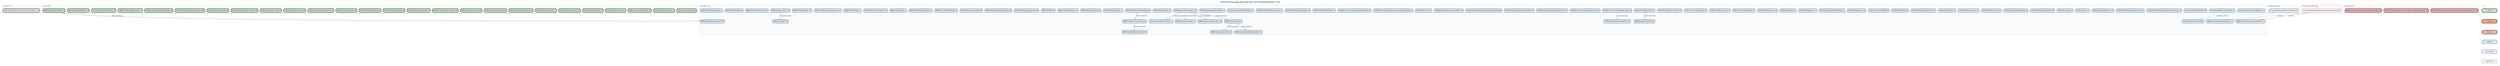
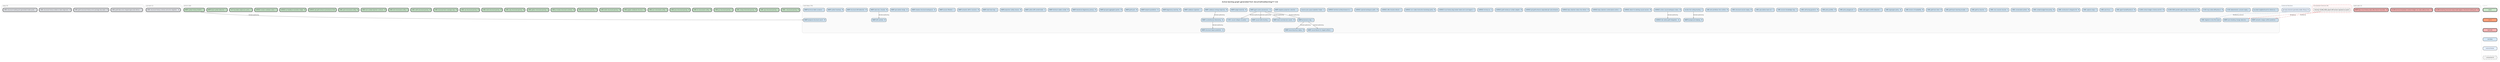
digraph backlog {
  rankdir=TB
  fontname="Helvetica"
  label="Active backlog graph generated from docs/method/backlog/*/*.md"
  labelloc=t
  fontsize=12
  node [shape=box style="rounded,filled" fontname="Helvetica" fontsize=8 margin="0.1,0.05" height=0.35]
  edge [color="#666666" arrowsize=0.5 fontname="Helvetica" fontsize=7]
  newrank=true
  ranksep=0.55
  nodesep=0.2
+ 
+   subgraph cluster_asap {
+     label="asap (4)" labeljust=l fontsize=9 fontcolor="#555555"
+     style=rounded color="#cccccc" bgcolor="#fafafa"
+     asap_CORE_graft_fake_echo_shaped_typescript_witness [label="CORE-graft-fake-echo-shaped-typescript-witness - L" fillcolor="#E5E7EB" penwidth=2]
+     asap_CORE_graft_structural_history_echo_package_descriptor [label="CORE-graft-structural-history-echo-package-descriptor - M" fillcolor="#E5E7EB" penwidth=2]
+     asap_CORE_structural_history_evidence_label_alignment [label="CORE-structural-history-evidence-label-alignment - M" fillcolor="#E5E7EB" penwidth=2]
+     asap_CORE_structural_reading_port_generated_model_parity [label="CORE-structural-reading-port-generated-model-parity - L" fillcolor="#E5E7EB" penwidth=2]
+   }

  subgraph cluster_up_next {
    label="up-next (1)" labeljust=l fontsize=9 fontcolor="#555555"
    style=rounded color="#cccccc" bgcolor="#fafafa"
    up_next_CORE_structural_history_schema_and_echo_migration [label="CORE-structural-history-schema-and-echo-migration - XL" fillcolor="#E5E7EB" penwidth=2]
  }

  subgraph cluster_v0_8_0 {
    label="v0.8.0 (26)" labeljust=l fontsize=9 fontcolor="#555555"
    style=rounded color="#cccccc" bgcolor="#fafafa"
    v0_8_0_CORE_c_structural_parsing [label="CORE-c-structural-parsing - M" fillcolor="#C8E6C9" penwidth=2]
    v0_8_0_CORE_cpp_structural_parsing [label="CORE-cpp-structural-parsing - L" fillcolor="#C8E6C9" penwidth=2]
    v0_8_0_CORE_csharp_structural_parsing [label="CORE-csharp-structural-parsing - M" fillcolor="#C8E6C9" penwidth=2]
    v0_8_0_CORE_go_structural_parsing [label="CORE-go-structural-parsing - S" fillcolor="#C8E6C9" penwidth=2]
    v0_8_0_CORE_hcl_structured_config [label="CORE-hcl-structured-config - M" fillcolor="#C8E6C9" penwidth=2]
    v0_8_0_CORE_java_structural_parsing [label="CORE-java-structural-parsing - M" fillcolor="#C8E6C9" penwidth=2]
    v0_8_0_CORE_json_structured_config [label="CORE-json-structured-config - S" fillcolor="#C8E6C9" penwidth=2]
    v0_8_0_CORE_jupyter_notebook_structure [label="CORE-jupyter-notebook-structure - M" fillcolor="#C8E6C9" penwidth=2]
    v0_8_0_CORE_kotlin_structural_parsing [label="CORE-kotlin-structural-parsing - M" fillcolor="#C8E6C9" penwidth=2]
    v0_8_0_CORE_php_structural_parsing [label="CORE-php-structural-parsing - M" fillcolor="#C8E6C9" penwidth=2]
    v0_8_0_CORE_pr_review_structural_summary [label="CORE-pr-review-structural-summary - M" fillcolor="#C8E6C9" penwidth=2]
    v0_8_0_CORE_python_structural_parsing [label="CORE-python-structural-parsing - S" fillcolor="#C8E6C9" penwidth=2]
    v0_8_0_CORE_ruby_structural_parsing [label="CORE-ruby-structural-parsing - M" fillcolor="#C8E6C9" penwidth=2]
    v0_8_0_CORE_shell_structural_parsing [label="CORE-shell-structural-parsing - M" fillcolor="#C8E6C9" penwidth=2]
    v0_8_0_CORE_sql_structural_parsing [label="CORE-sql-structural-parsing - M" fillcolor="#C8E6C9" penwidth=2]
    v0_8_0_CORE_structural_test_coverage_map [label="CORE-structural-test-coverage-map - M" fillcolor="#C8E6C9" penwidth=2]
    v0_8_0_CORE_swift_structural_parsing [label="CORE-swift-structural-parsing - M" fillcolor="#C8E6C9" penwidth=2]
    v0_8_0_CORE_toml_structured_config [label="CORE-toml-structured-config - S" fillcolor="#C8E6C9" penwidth=2]
    v0_8_0_CORE_tool_context_injection_contracts [label="CORE-tool-context-injection-contracts - M" fillcolor="#C8E6C9" penwidth=2]
    v0_8_0_CORE_yaml_structured_config [label="CORE-yaml-structured-config - M" fillcolor="#C8E6C9" penwidth=2]
    v0_8_0_SURFACE_git_graft_enhance_provenance_hints [label="SURFACE-git-graft-enhance-provenance-hints" fillcolor="#C8E6C9" penwidth=2]
    v0_8_0_SURFACE_pr_feedback_resolution_ledger [label="SURFACE-pr-feedback-resolution-ledger - M" fillcolor="#C8E6C9" penwidth=2]
    v0_8_0_SURFACE_review_cooldown_status [label="SURFACE-review-cooldown-status - S" fillcolor="#C8E6C9" penwidth=2]
    v0_8_0_TEST_bounded_subprocess_policy [label="TEST-bounded-subprocess-policy - S" fillcolor="#C8E6C9" penwidth=2]
    v0_8_0_WARP_dead_symbol_detection [label="WARP-dead-symbol-detection - S" fillcolor="#C8E6C9" penwidth=2]
    v0_8_0_WARP_symbol_history_timeline [label="WARP-symbol-history-timeline - S" fillcolor="#C8E6C9" penwidth=2]
  }

  subgraph cluster_bad_code {
    label="bad-code (3)" labeljust=l fontsize=9 fontcolor="#555555"
    style=rounded color="#cccccc" bgcolor="#fafafa"
    bad_code_CLEAN_remaining_structural_warp_reads_bypass_structural_reading_port [label="CLEAN-remaining-structural-warp-reads-bypass-structural-reading-port - M" fillcolor="#F6B3B3" penwidth=2]
    bad_code_CLEAN_technical_teardown_contract_ledger_can_stale_without_tests [label="CLEAN-technical-teardown-contract-ledger-can-stale-without-tests - M" fillcolor="#F6B3B3" penwidth=2]
    bad_code_WARP_bijou_local_history_stale_after_branch_transition [label="WARP-bijou-local-history-stale-after-branch-transition - M" fillcolor="#F6B3B3" penwidth=2]
  }

  subgraph cluster_cool_ideas {
    label="Cool Ideas (76)" labeljust=l fontsize=9 fontcolor="#555555"
    style=rounded color="#cccccc" bgcolor="#fafafa"
    cool_ideas_bounded_neighborhood_for_references [label="bounded-neighborhood-for-references - S" fillcolor="#D4E8F7" penwidth=1]
    cool_ideas_CI_001_causal_collapse_visualizer [label="CI-001-causal-collapse-visualizer - L" fillcolor="#D4E8F7" penwidth=1]
    cool_ideas_CI_002_deterministic_scenario_replay [label="CI-002-deterministic-scenario-replay - L" fillcolor="#D4E8F7" penwidth=1]
    cool_ideas_CI_003_mcp_native_diff_protocol [label="CI-003-mcp-native-diff-protocol - M" fillcolor="#D4E8F7" penwidth=1]
    cool_ideas_CLEAN_CODE_parallel_agent_merge_shared_file_loss [label="CLEAN-CODE-parallel-agent-merge-shared-file-loss - M" fillcolor="#D4E8F7" penwidth=1]
    cool_ideas_CLEAN_contract_ledger_schema_and_lint [label="CLEAN-contract-ledger-schema-and-lint - M" fillcolor="#D4E8F7" penwidth=1]
    cool_ideas_CORE_agent_handoff_protocol [label="CORE-agent-handoff-protocol - M" fillcolor="#D4E8F7" penwidth=1]
    cool_ideas_CORE_auto_focus [label="CORE-auto-focus - L" fillcolor="#D4E8F7" penwidth=1]
    cool_ideas_CORE_capture_range [label="CORE-capture-range - S" fillcolor="#D4E8F7" penwidth=1]
    cool_ideas_CORE_constructor_in_disguise_lint [label="CORE-constructor-in-disguise-lint - M" fillcolor="#D4E8F7" penwidth=1]
    cool_ideas_CORE_context_budget_forecasting [label="CORE-context-budget-forecasting - M" fillcolor="#D4E8F7" penwidth=1]
    cool_ideas_CORE_conversation_primer [label="CORE-conversation-primer - M" fillcolor="#D4E8F7" penwidth=1]
    cool_ideas_CORE_cross_session_resume [label="CORE-cross-session-resume - S" fillcolor="#D4E8F7" penwidth=1]
    cool_ideas_CORE_graft_as_teacher [label="CORE-graft-as-teacher - S" fillcolor="#D4E8F7" penwidth=1]
    cool_ideas_CORE_graft_teach_learning_receipts [label="CORE-graft-teach-learning-receipts - S" fillcolor="#D4E8F7" penwidth=1]
    cool_ideas_CORE_graft_tool_client [label="CORE-graft-tool-client - M" fillcolor="#D4E8F7" penwidth=1]
    cool_ideas_CORE_horizon_of_readability [label="CORE-horizon-of-readability - M" fillcolor="#D4E8F7" penwidth=1]
    cool_ideas_CORE_lagrangian_policy [label="CORE-lagrangian-policy - XL" fillcolor="#D4E8F7" penwidth=1]
    cool_ideas_CORE_migrate_to_slice_first_reads [label="CORE-migrate-to-slice-first-reads" fillcolor="#D4E8F7" penwidth=1]
    cool_ideas_CORE_multi_agent_conflict_detection [label="CORE-multi-agent-conflict-detection - L" fillcolor="#D4E8F7" penwidth=1]
    cool_ideas_CORE_policy_playground [label="CORE-policy-playground - S" fillcolor="#D4E8F7" penwidth=1]
    cool_ideas_CORE_policy_profiles [label="CORE-policy-profiles - M" fillcolor="#D4E8F7" penwidth=1]
    cool_ideas_CORE_self_tuning_governor [label="CORE-self-tuning-governor - M" fillcolor="#D4E8F7" penwidth=1]
    cool_ideas_CORE_session_knowledge_map [label="CORE-session-knowledge-map - S" fillcolor="#D4E8F7" penwidth=1]
    cool_ideas_CORE_speculative_read_cost [label="CORE-speculative-read-cost - S" fillcolor="#D4E8F7" penwidth=1]
    cool_ideas_CORE_structural_session_replay [label="CORE-structural-session-replay - M" fillcolor="#D4E8F7" penwidth=1]
    cool_ideas_CORE_wire_primitives_into_runtime [label="CORE-wire-primitives-into-runtime - M" fillcolor="#D4E8F7" penwidth=1]
    cool_ideas_monitor_tick_ceiling_tracking [label="monitor-tick-ceiling-tracking - S" fillcolor="#D4E8F7" penwidth=1]
    cool_ideas_SURFACE_active_causal_workspace_status [label="SURFACE-active-causal-workspace-status - M" fillcolor="#D4E8F7" penwidth=1]
    cool_ideas_SURFACE_attach_to_existing_causal_session [label="SURFACE-attach-to-existing-causal-session - M" fillcolor="#D4E8F7" penwidth=1]
    cool_ideas_SURFACE_bijou_daemon_control_plane_actions [label="SURFACE-bijou-daemon-control-plane-actions - L" fillcolor="#D4E8F7" penwidth=1]
    cool_ideas_SURFACE_bijou_daemon_status_live_refresh [label="SURFACE-bijou-daemon-status-live-refresh - M" fillcolor="#D4E8F7" penwidth=1]
    cool_ideas_SURFACE_git_graft_enhance_expanded_git_subcommands [label="SURFACE-git-graft-enhance-expanded-git-subcommands" fillcolor="#D4E8F7" penwidth=1]
    cool_ideas_SURFACE_graft_review_pr_number_adapter [label="SURFACE-graft-review-pr-number-adapter - M" fillcolor="#D4E8F7" penwidth=1]
    cool_ideas_SURFACE_ide_native_graft_integration [label="SURFACE-ide-native-graft-integration - XL" fillcolor="#D4E8F7" penwidth=1]
    cool_ideas_SURFACE_init_dry_run [label="SURFACE-init-dry-run - S" fillcolor="#D4E8F7" penwidth=1]
    cool_ideas_SURFACE_local_history_dag_render_mode_and_count_legend [label="SURFACE-local-history-dag-render-mode-and-count-legend - S" fillcolor="#D4E8F7" penwidth=1]
    cool_ideas_SURFACE_non_codex_instruction_bootstrap_parity [label="SURFACE-non-codex-instruction-bootstrap-parity - M" fillcolor="#D4E8F7" penwidth=1]
    cool_ideas_SURFACE_offer_rename_refactor [label="SURFACE-offer-rename-refactor - L" fillcolor="#D4E8F7" penwidth=1]
    cool_ideas_SURFACE_opened_workspace_paths [label="SURFACE-opened-workspace-paths - M" fillcolor="#D4E8F7" penwidth=1]
    cool_ideas_SURFACE_terminal_activity_browser_tui [label="SURFACE-terminal-activity-browser-tui - L" fillcolor="#D4E8F7" penwidth=1]
    cool_ideas_traverse_plus_query_hydration_helper [label="traverse-plus-query-hydration-helper - S" fillcolor="#D4E8F7" penwidth=1]
    cool_ideas_WARP_adaptive_projection_selection [label="WARP-adaptive-projection-selection - L" fillcolor="#D4E8F7" penwidth=1]
    cool_ideas_WARP_agent_action_provenance [label="WARP-agent-action-provenance - XL" fillcolor="#D4E8F7" penwidth=1]
    cool_ideas_WARP_auto_breaking_change_detection [label="WARP-auto-breaking-change-detection - L" fillcolor="#D4E8F7" penwidth=1]
    cool_ideas_WARP_background_indexing [label="WARP-background-indexing - M" fillcolor="#D4E8F7" penwidth=1]
    cool_ideas_WARP_budget_elasticity [label="WARP-budget-elasticity - M" fillcolor="#D4E8F7" penwidth=1]
    cool_ideas_WARP_causal_blame_for_staged_artifacts [label="WARP-causal-blame-for-staged-artifacts - L" fillcolor="#D4E8F7" penwidth=1]
    cool_ideas_WARP_causal_write_tracking [label="WARP-causal-write-tracking - L" fillcolor="#D4E8F7" penwidth=1]
    cool_ideas_WARP_codebase_entropy_trajectory [label="WARP-codebase-entropy-trajectory - M" fillcolor="#D4E8F7" penwidth=1]
    cool_ideas_WARP_codebase_signature [label="WARP-codebase-signature - L" fillcolor="#D4E8F7" penwidth=1]
    cool_ideas_WARP_counterfactual_refactoring [label="WARP-counterfactual-refactoring - XL" fillcolor="#D4E8F7" penwidth=1]
    cool_ideas_WARP_degeneracy_warning [label="WARP-degeneracy-warning - M" fillcolor="#D4E8F7" penwidth=1]
    cool_ideas_WARP_drift_sentinel [label="WARP-drift-sentinel - M" fillcolor="#D4E8F7" penwidth=1]
    cool_ideas_WARP_footprint_parallelism [label="WARP-footprint-parallelism - XL" fillcolor="#D4E8F7" penwidth=1]
    cool_ideas_WARP_graft_pack [label="WARP-graft-pack - M" fillcolor="#D4E8F7" penwidth=1]
    cool_ideas_WARP_grouped_aggregate_queries [label="WARP-grouped-aggregate-queries - M" fillcolor="#D4E8F7" penwidth=1]
    cool_ideas_WARP_intent_and_decision_events [label="WARP-intent-and-decision-events - M" fillcolor="#D4E8F7" penwidth=1]
    cool_ideas_WARP_intentional_degeneracy_privacy [label="WARP-intentional-degeneracy-privacy - M" fillcolor="#D4E8F7" penwidth=1]
    cool_ideas_WARP_minimum_viable_context [label="WARP-minimum-viable-context - M" fillcolor="#D4E8F7" penwidth=1]
    cool_ideas_WARP_outline_diff_commit_trailer [label="WARP-outline-diff-commit-trailer - S" fillcolor="#D4E8F7" penwidth=1]
    cool_ideas_WARP_projection_safety_classes [label="WARP-projection-safety-classes - M" fillcolor="#D4E8F7" penwidth=1]
    cool_ideas_WARP_provenance_dag [label="WARP-provenance-dag - L" fillcolor="#D4E8F7" penwidth=1]
    cool_ideas_WARP_reasoning_trace_replay [label="WARP-reasoning-trace-replay - M" fillcolor="#D4E8F7" penwidth=1]
    cool_ideas_WARP_rulial_heat_map [label="WARP-rulial-heat-map - L" fillcolor="#D4E8F7" penwidth=1]
    cool_ideas_WARP_semantic_drift_in_sessions [label="WARP-semantic-drift-in-sessions - M" fillcolor="#D4E8F7" penwidth=1]
    cool_ideas_WARP_semantic_merge_conflict_prediction [label="WARP-semantic-merge-conflict-prediction - L" fillcolor="#D4E8F7" penwidth=1]
    cool_ideas_WARP_session_filtration [label="WARP-session-filtration - L" fillcolor="#D4E8F7" penwidth=1]
    cool_ideas_WARP_shadow_structural_workspaces [label="WARP-shadow-structural-workspaces - XL" fillcolor="#D4E8F7" penwidth=1]
    cool_ideas_WARP_speculative_merge [label="WARP-speculative-merge - XL" fillcolor="#D4E8F7" penwidth=1]
    cool_ideas_WARP_stale_docs_checker [label="WARP-stale-docs-checker - M" fillcolor="#D4E8F7" penwidth=1]
    cool_ideas_WARP_structural_drift_detection [label="WARP-structural-drift-detection - M" fillcolor="#D4E8F7" penwidth=1]
    cool_ideas_WARP_structural_impact_prediction [label="WARP-structural-impact-prediction - XL" fillcolor="#D4E8F7" penwidth=1]
    cool_ideas_WARP_symbol_heatmap [label="WARP-symbol-heatmap - M" fillcolor="#D4E8F7" penwidth=1]
    cool_ideas_WARP_technical_debt_curvature [label="WARP-technical-debt-curvature - L" fillcolor="#D4E8F7" penwidth=1]
    cool_ideas_WARP_temporal_structural_search [label="WARP-temporal-structural-search - M" fillcolor="#D4E8F7" penwidth=1]
  }

  subgraph cluster_external {
    label="External blockers" labeljust=l fontsize=9 fontcolor="#555555"
    style=rounded color="#cccccc" bgcolor="#f8fbff"
    external_git_warp_observer_geometry_ladder__Rung_2_4_ [label="git-warp observer geometry ladder (Rung 2-4)" fillcolor="#E8F2FF" penwidth=1]
  }

  subgraph cluster_unresolved {
    label="Unresolved internal refs" labeljust=l fontsize=9 fontcolor="#555555"
    style="rounded,dashed" color="#cc3333" bgcolor="#fff7f7"
    unresolved_CLEAN_CODE_export_diff_semver_signature_as_patch [label="missing: CLEAN_CODE_export-diff-semver-signature-as-patch" fillcolor="#F2F2F2" penwidth=1 style="rounded,dashed,filled"]
  }

  cool_ideas_monitor_tick_ceiling_tracking -> cool_ideas_WARP_background_indexing [label="blocked_by/blocking"]
  cool_ideas_SURFACE_active_causal_workspace_status -> cool_ideas_SURFACE_ide_native_graft_integration [label="blocked_by/blocking"]
  cool_ideas_WARP_agent_action_provenance -> cool_ideas_CI_001_causal_collapse_visualizer [label="blocked_by/blocking"]
  cool_ideas_WARP_agent_action_provenance -> cool_ideas_WARP_causal_write_tracking [label="blocked_by/blocking"]
  cool_ideas_WARP_agent_action_provenance -> cool_ideas_WARP_intent_and_decision_events [label="blocked_by/blocking"]
  cool_ideas_WARP_agent_action_provenance -> cool_ideas_WARP_provenance_dag [label="blocked_by/blocking"]
  cool_ideas_WARP_codebase_entropy_trajectory -> cool_ideas_WARP_counterfactual_refactoring [label="blocked_by/blocking"]
  cool_ideas_WARP_counterfactual_refactoring -> cool_ideas_WARP_structural_impact_prediction [label="blocked_by/blocking"]
  cool_ideas_WARP_provenance_dag -> cool_ideas_WARP_causal_blame_for_staged_artifacts [label="blocked_by/blocking"]
  cool_ideas_WARP_provenance_dag -> cool_ideas_WARP_reasoning_trace_replay [label="blocked_by/blocking"]
  cool_ideas_WARP_stale_docs_checker -> cool_ideas_WARP_drift_sentinel [label="blocked_by/blocking"]
  external_git_warp_observer_geometry_ladder__Rung_2_4_ -> cool_ideas_CORE_migrate_to_slice_first_reads [label="blocked_by_external" style=dashed color="#4477AA"]
  unresolved_CLEAN_CODE_export_diff_semver_signature_as_patch -> cool_ideas_WARP_auto_breaking_change_detection [label="blocked_by" style=dashed color="#CC3333"]
  unresolved_CLEAN_CODE_export_diff_semver_signature_as_patch -> cool_ideas_WARP_semantic_merge_conflict_prediction [label="blocked_by" style=dashed color="#CC3333"]
  v0_8_0_WARP_symbol_history_timeline -> cool_ideas_WARP_temporal_structural_search [label="blocked_by/blocking"]

  subgraph cluster_legend {
    label="Legend" labeljust=l fontsize=8 fontcolor="#aaaaaa"
    style=rounded color="#dddddd"
    node [fontsize=7 width=1.4]
    leg_v08 [label="v0.8.0" fillcolor="#C8E6C9" penwidth=2]
    leg_v07 [label="v0.7.0" fillcolor="#FFA07A" penwidth=2]
    leg_bad [label="bad-code" fillcolor="#F6B3B3" penwidth=2]
    leg_idea [label="cool-ideas" fillcolor="#D4E8F7" penwidth=1]
    leg_external [label="external blocker" fillcolor="#E8F2FF" penwidth=1]
    leg_unresolved [label="unresolved ref" fillcolor="#F2F2F2" penwidth=1 style="rounded,dashed,filled"]
    leg_v08 -> leg_v07 [style=invis]
    leg_v07 -> leg_bad [style=invis]
    leg_bad -> leg_idea [style=invis]
    leg_idea -> leg_external [style=invis]
    leg_external -> leg_unresolved [style=invis]
  }
}
